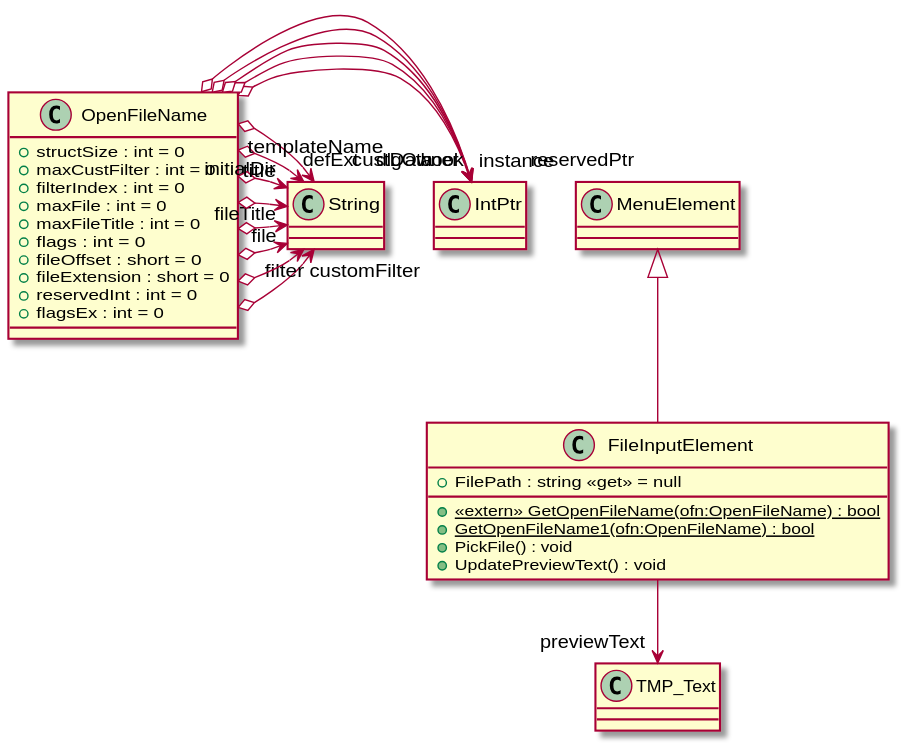
streepje8/ToolDev2023 keeps this PlantUML diagram as UML/MenuSystem/Implementations/FileInputElement.svg. Above is the earlier version. Its diagram source:
```plantuml
@startuml
class OpenFileName {
    + structSize : int = 0
    + maxCustFilter : int = 0
    + filterIndex : int = 0
    + maxFile : int = 0
    + maxFileTitle : int = 0
    + flags : int = 0
    + fileOffset : short = 0
    + fileExtension : short = 0
    + reservedInt : int = 0
    + flagsEx : int = 0
}
class FileInputElement {
    + FilePath : string <<get>> = null
    + {static} <<extern>> GetOpenFileName(ofn:OpenFileName) : bool
    + {static} GetOpenFileName1(ofn:OpenFileName) : bool
    + PickFile() : void
    + UpdatePreviewText() : void
}
OpenFileName o-> "dlgOwner" IntPtr
OpenFileName o-> "instance" IntPtr
OpenFileName o-> "filter" String
OpenFileName o-> "customFilter" String
OpenFileName o-> "file" String
OpenFileName o-> "fileTitle" String
OpenFileName o-> "initialDir" String
OpenFileName o-> "title" String
OpenFileName o-> "defExt" String
OpenFileName o-> "custData" IntPtr
OpenFileName o-> "hook" IntPtr
OpenFileName o-> "templateName" String
OpenFileName o-> "reservedPtr" IntPtr
MenuElement <|-- FileInputElement
FileInputElement --> "previewText" TMP_Text
@enduml
```
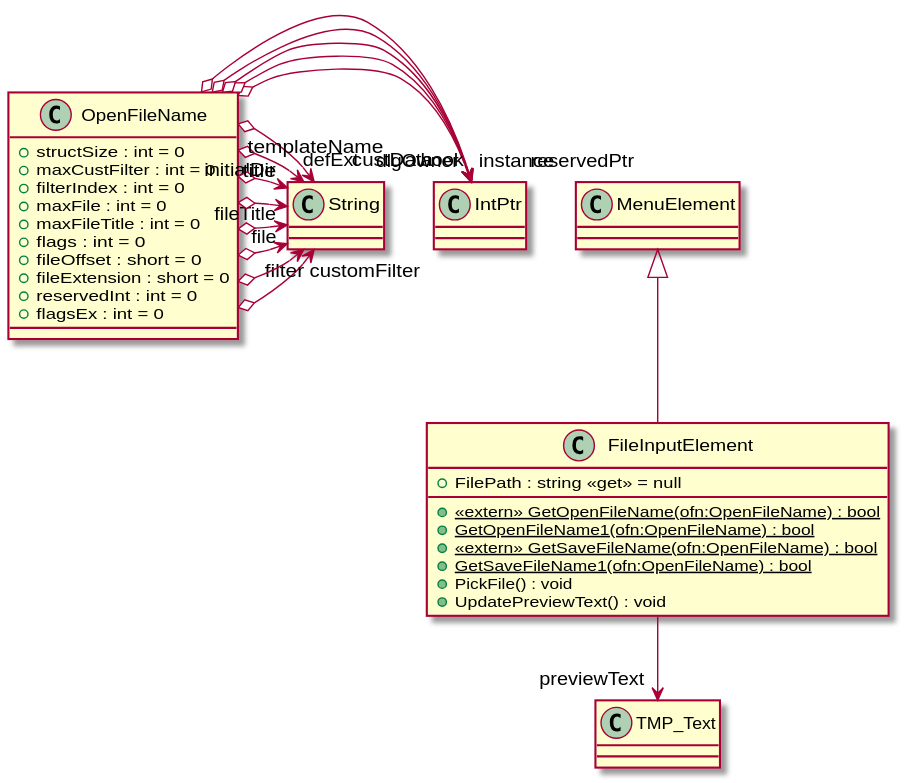
After the change.

Change to the diagram source:
```diff
@@ -15,6 +15,8 @@
     + FilePath : string <<get>> = null
     + {static} <<extern>> GetOpenFileName(ofn:OpenFileName) : bool
     + {static} GetOpenFileName1(ofn:OpenFileName) : bool
+    + {static} <<extern>> GetSaveFileName(ofn:OpenFileName) : bool
+    + {static} GetSaveFileName1(ofn:OpenFileName) : bool
     + PickFile() : void
     + UpdatePreviewText() : void
 }
```
